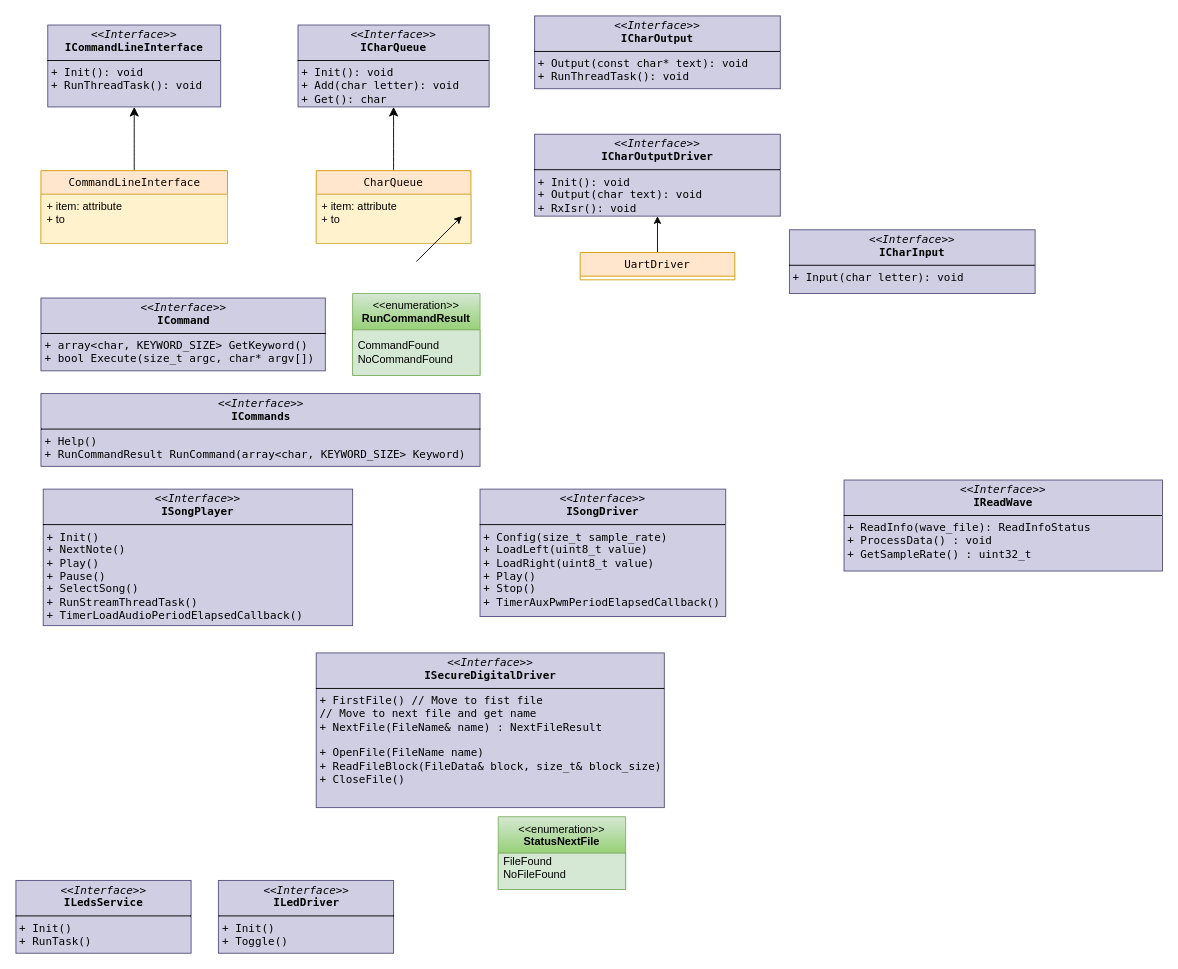
Above: docs/Music_Player.drawio in Hitthesurf/music_player (draw.io), before the change. Source tidied: cells renumbered, new cells numbered last; positions are measured from the earlier drawing's top-left corner, leaving out a move shared by most shapes. Both pictures are drawn from the tidied source at 91%, with x=0, y=0 at pixel (15, 15).
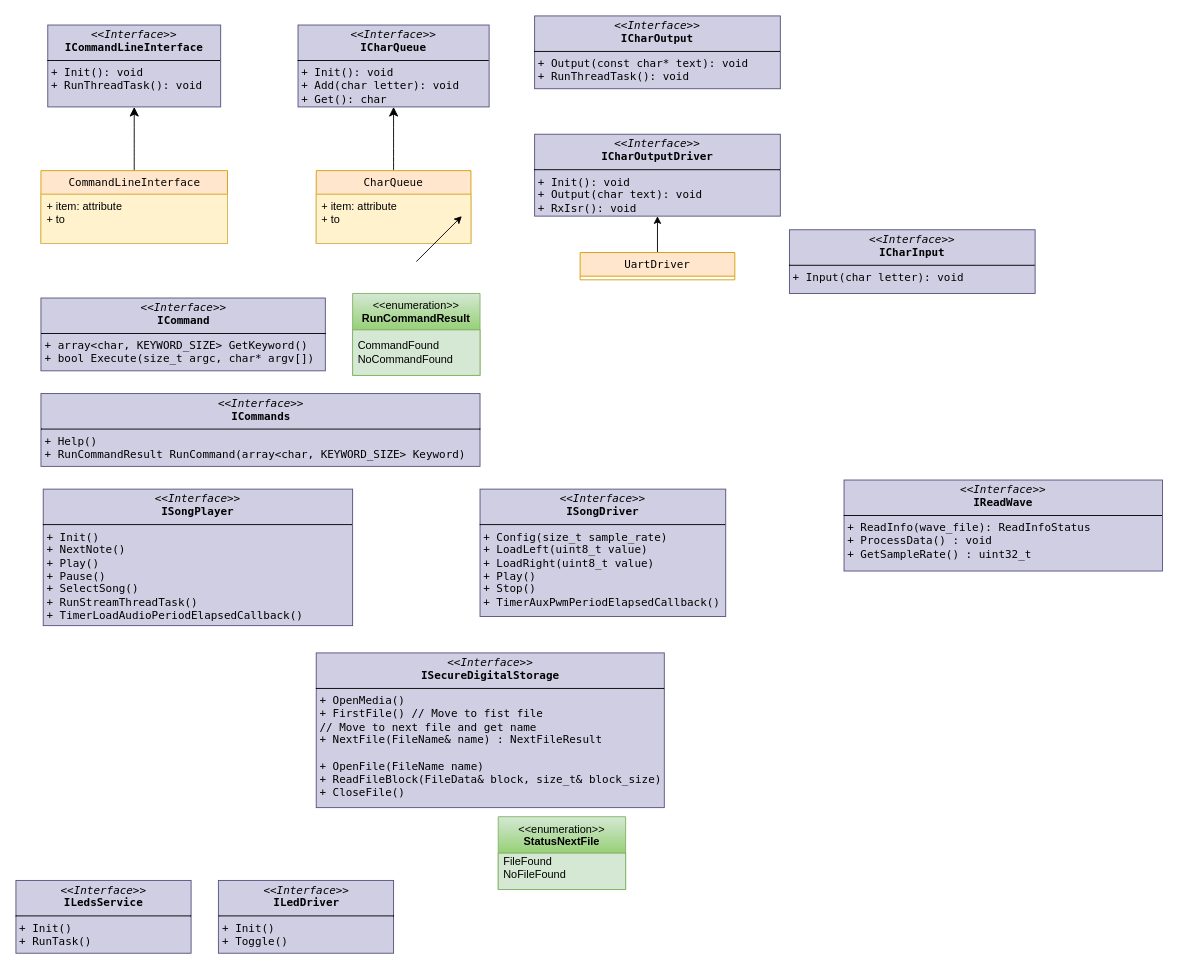
After the change.

The edit, as a diff of the source:
```diff
@@
-    <mxCell id="18" value="&lt;p style=&quot;margin:0px;margin-top:4px;text-align:center;&quot;&gt;&lt;i&gt;&amp;lt;&amp;lt;Interface&amp;gt;&amp;gt;&lt;/i&gt;&lt;br&gt;&lt;b style=&quot;&quot;&gt;&lt;font&gt;ISecureDigitalDriver&lt;/font&gt;&lt;/b&gt;&lt;/p&gt;&lt;hr style=&quot;border-style:solid;&quot; size=&quot;1&quot;&gt;&lt;p style=&quot;margin:0px;margin-left:4px;&quot;&gt;&lt;span style=&quot;background-color: transparent; color: light-dark(rgb(0, 0, 0), rgb(255, 255, 255));&quot;&gt;+ FirstFile() // Move to fist file&lt;/span&gt;&lt;/p&gt;&lt;p style=&quot;margin:0px;margin-left:4px;&quot;&gt;&lt;font&gt;// Move to next file and get name&lt;/font&gt;&lt;/p&gt;&lt;p style=&quot;margin:0px;margin-left:4px;&quot;&gt;&lt;font&gt;+ NextFile(FileName&amp;amp; name&lt;/font&gt;&lt;span style=&quot;background-color: transparent; color: light-dark(rgb(0, 0, 0), rgb(255, 255, 255));&quot;&gt;) : NextFileResult&lt;/span&gt;&lt;/p&gt;&lt;p style=&quot;margin:0px;margin-left:4px;&quot;&gt;&lt;span style=&quot;background-color: transparent; color: light-dark(rgb(0, 0, 0), rgb(255, 255, 255));&quot;&gt;&lt;br&gt;&lt;/span&gt;&lt;/p&gt;&lt;p style=&quot;margin:0px;margin-left:4px;&quot;&gt;&lt;font&gt;+ OpenFile&lt;/font&gt;&lt;span style=&quot;background-color: transparent; color: light-dark(rgb(0, 0, 0), rgb(255, 255, 255));&quot;&gt;(&lt;/span&gt;&lt;span style=&quot;background-color: transparent; color: light-dark(rgb(0, 0, 0), rgb(255, 255, 255));&quot;&gt;FileName name&lt;/span&gt;&lt;span style=&quot;background-color: transparent; color: light-dark(rgb(0, 0, 0), rgb(255, 255, 255));&quot;&gt;)&lt;/span&gt;&lt;/p&gt;&lt;p style=&quot;margin:0px;margin-left:4px;&quot;&gt;&lt;font&gt;+ ReadFileBlock(FileData&amp;amp; block, size_t&amp;amp; block_size&lt;/font&gt;&lt;span style=&quot;background-color: transparent; color: light-dark(rgb(0, 0, 0), rgb(255, 255, 255));&quot;&gt;)&lt;/span&gt;&lt;/p&gt;&lt;p style=&quot;margin:0px;margin-left:4px;&quot;&gt;&lt;span style=&quot;background-color: transparent; color: light-dark(rgb(0, 0, 0), rgb(255, 255, 255));&quot;&gt;+ CloseFile()&lt;/span&gt;&lt;/p&gt;" style="verticalAlign=top;align=left;overflow=fill;html=1;whiteSpace=wrap;fillColor=#d0cee2;strokeColor=#56517e;fontFamily=Lucida Console;" parent="1" vertex="1">
+    <mxCell id="18" value="&lt;p style=&quot;margin:0px;margin-top:4px;text-align:center;&quot;&gt;&lt;i&gt;&amp;lt;&amp;lt;Interface&amp;gt;&amp;gt;&lt;/i&gt;&lt;br&gt;&lt;b style=&quot;&quot;&gt;&lt;font&gt;ISecureDigitalStorage&lt;/font&gt;&lt;/b&gt;&lt;/p&gt;&lt;hr style=&quot;border-style:solid;&quot; size=&quot;1&quot;&gt;&lt;p style=&quot;margin:0px;margin-left:4px;&quot;&gt;&lt;span style=&quot;background-color: transparent; color: light-dark(rgb(0, 0, 0), rgb(255, 255, 255));&quot;&gt;+ OpenMedia()&lt;/span&gt;&lt;/p&gt;&lt;p style=&quot;margin:0px;margin-left:4px;&quot;&gt;&lt;span style=&quot;background-color: transparent; color: light-dark(rgb(0, 0, 0), rgb(255, 255, 255));&quot;&gt;+ FirstFile() // Move to fist file&lt;/span&gt;&lt;/p&gt;&lt;p style=&quot;margin:0px;margin-left:4px;&quot;&gt;&lt;font&gt;// Move to next file and get name&lt;/font&gt;&lt;/p&gt;&lt;p style=&quot;margin:0px;margin-left:4px;&quot;&gt;&lt;font&gt;+ NextFile(FileName&amp;amp; name&lt;/font&gt;&lt;span style=&quot;background-color: transparent; color: light-dark(rgb(0, 0, 0), rgb(255, 255, 255));&quot;&gt;) : NextFileResult&lt;/span&gt;&lt;/p&gt;&lt;p style=&quot;margin:0px;margin-left:4px;&quot;&gt;&lt;span style=&quot;background-color: transparent; color: light-dark(rgb(0, 0, 0), rgb(255, 255, 255));&quot;&gt;&lt;br&gt;&lt;/span&gt;&lt;/p&gt;&lt;p style=&quot;margin:0px;margin-left:4px;&quot;&gt;&lt;font&gt;+ OpenFile&lt;/font&gt;&lt;span style=&quot;background-color: transparent; color: light-dark(rgb(0, 0, 0), rgb(255, 255, 255));&quot;&gt;(&lt;/span&gt;&lt;span style=&quot;background-color: transparent; color: light-dark(rgb(0, 0, 0), rgb(255, 255, 255));&quot;&gt;FileName name&lt;/span&gt;&lt;span style=&quot;background-color: transparent; color: light-dark(rgb(0, 0, 0), rgb(255, 255, 255));&quot;&gt;)&lt;/span&gt;&lt;/p&gt;&lt;p style=&quot;margin:0px;margin-left:4px;&quot;&gt;&lt;font&gt;+ ReadFileBlock(FileData&amp;amp; block, size_t&amp;amp; block_size&lt;/font&gt;&lt;span style=&quot;background-color: transparent; color: light-dark(rgb(0, 0, 0), rgb(255, 255, 255));&quot;&gt;)&lt;/span&gt;&lt;/p&gt;&lt;p style=&quot;margin:0px;margin-left:4px;&quot;&gt;&lt;span style=&quot;background-color: transparent; color: light-dark(rgb(0, 0, 0), rgb(255, 255, 255));&quot;&gt;+ CloseFile()&lt;/span&gt;&lt;/p&gt;" style="verticalAlign=top;align=left;overflow=fill;html=1;whiteSpace=wrap;fillColor=#d0cee2;strokeColor=#56517e;fontFamily=Lucida Console;" parent="1" vertex="1">
       <mxGeometry x="330" y="700" width="382.5" height="170" as="geometry" />
     </mxCell>
```
